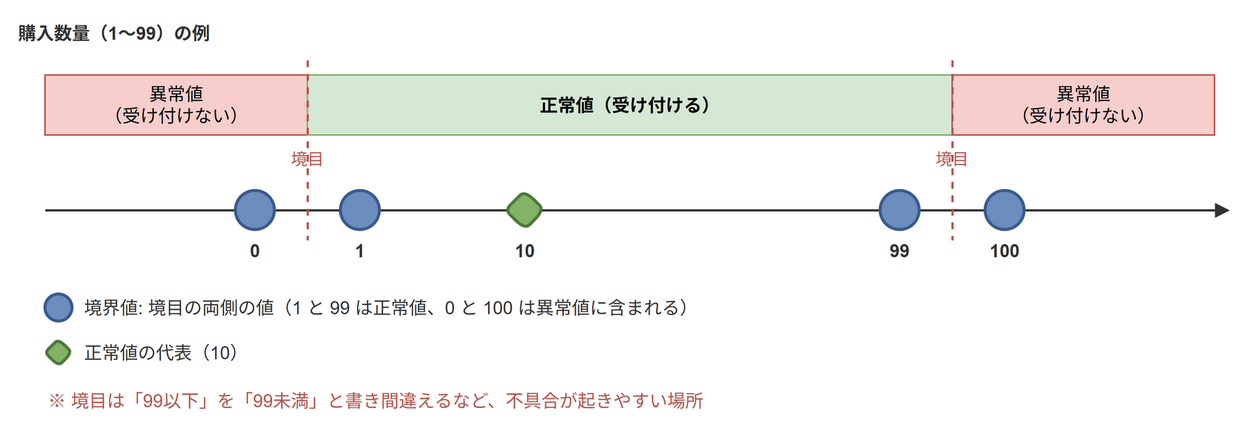
The draw.io diagram images/articles/test-perspectives/quantity-boundary.drawio.png in aew2sbee/zenn, before a commit. Source tidied: cells renumbered, new cells last; positions are measured from the earlier drawing's top-left corner, leaving out a move shared by most shapes.
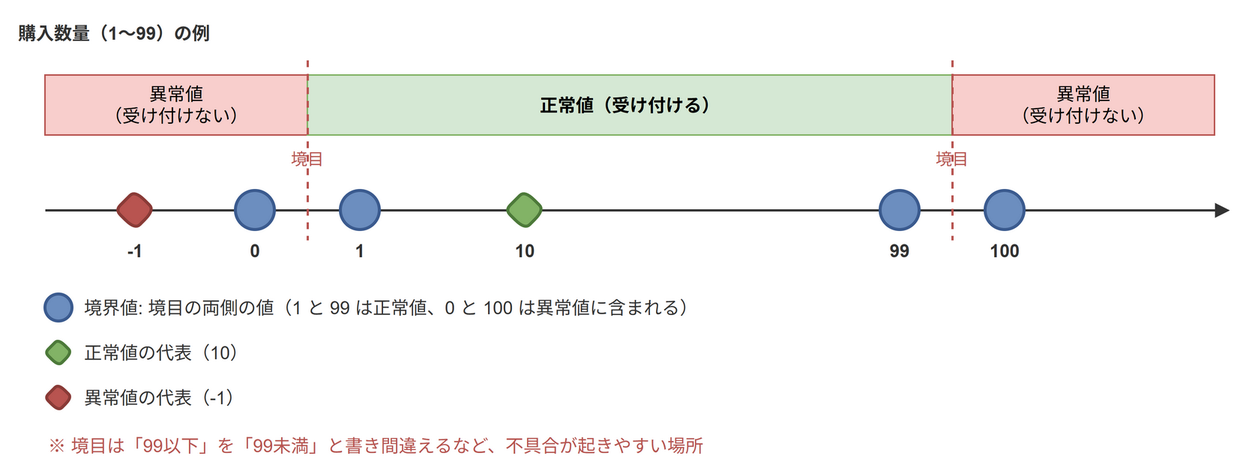
Above is the later version.

Commit message:
docs: テスト観点の記事の図をレビュー指摘に合わせて修正

What changed in the source:
```diff
@@ -68,20 +68,32 @@
     <mxCell id="20" value="10" style="text;html=1;whiteSpace=wrap;align=center;verticalAlign=middle;fontSize=12;fontColor=#333333;fontStyle=1;" parent="1" vertex="1">
       <mxGeometry x="310" y="146" width="60" height="22" as="geometry" />
     </mxCell>
-    <mxCell id="21" style="rounded=1;whiteSpace=wrap;html=1;fontSize=13;fillColor=#6c8ebf;strokeColor=#3b5b8f;ellipse;strokeWidth=2;" parent="1" vertex="1">
-      <mxGeometry x="20" y="186" width="18" height="18" as="geometry" />
+    <mxCell id="21" style="rounded=1;whiteSpace=wrap;html=1;fontSize=13;fillColor=#b85450;strokeColor=#8a3b37;rhombus;strokeWidth=2;" parent="1" vertex="1">
+      <mxGeometry x="67" y="117" width="26" height="26" as="geometry" />
     </mxCell>
-    <mxCell id="22" value="境界値: 境目の両側の値（1 と 99 は正常値、0 と 100 は異常値に含まれる）" style="text;html=1;whiteSpace=wrap;align=left;verticalAlign=middle;fontSize=12;fontColor=#333333;" parent="1" vertex="1">
-      <mxGeometry x="44" y="182" width="760" height="26" as="geometry" />
+    <mxCell id="22" value="-1" style="text;html=1;whiteSpace=wrap;align=center;verticalAlign=middle;fontSize=12;fontColor=#333333;fontStyle=1;" parent="1" vertex="1">
+      <mxGeometry x="50" y="146" width="60" height="22" as="geometry" />
     </mxCell>
-    <mxCell id="23" style="rounded=1;whiteSpace=wrap;html=1;fontSize=13;fillColor=#82b366;strokeColor=#4d7a3a;rhombus;strokeWidth=2;" parent="1" vertex="1">
-      <mxGeometry x="20" y="216" width="18" height="18" as="geometry" />
+    <mxCell id="23" style="rounded=1;whiteSpace=wrap;html=1;fontSize=13;fillColor=#6c8ebf;strokeColor=#3b5b8f;ellipse;strokeWidth=2;" parent="1" vertex="1">
+      <mxGeometry x="20" y="186" width="18" height="18" as="geometry" />
     </mxCell>
-    <mxCell id="24" value="正常値の代表（10）" style="text;html=1;whiteSpace=wrap;align=left;verticalAlign=middle;fontSize=12;fontColor=#333333;" parent="1" vertex="1">
-      <mxGeometry x="44" y="212" width="760" height="26" as="geometry" />
+    <mxCell id="24" value="境界値: 境目の両側の値（1 と 99 は正常値、0 と 100 は異常値に含まれる）" style="text;html=1;whiteSpace=wrap;align=left;verticalAlign=middle;fontSize=12;fontColor=#333333;" parent="1" vertex="1">
+      <mxGeometry x="44" y="182" width="760" height="26" as="geometry" />
     </mxCell>
-    <mxCell id="25" value="&lt;font color=&quot;#b85450&quot;&gt;※ 境目は「99以下」を「99未満」と書き間違えるなど、不具合が起きやすい場所&lt;/font&gt;" style="text;html=1;whiteSpace=wrap;align=left;verticalAlign=middle;fontSize=12;fontColor=#333333;" parent="1" vertex="1">
-      <mxGeometry x="20" y="244" width="780" height="26" as="geometry" />
+    <mxCell id="25" style="rounded=1;whiteSpace=wrap;html=1;fontSize=13;fillColor=#82b366;strokeColor=#4d7a3a;rhombus;strokeWidth=2;" parent="1" vertex="1">
+      <mxGeometry x="20" y="216" width="18" height="18" as="geometry" />
     </mxCell>
+    <mxCell id="26" value="正常値の代表（10）" style="text;html=1;whiteSpace=wrap;align=left;verticalAlign=middle;fontSize=12;fontColor=#333333;" parent="1" vertex="1">
+      <mxGeometry x="44" y="212" width="760" height="26" as="geometry" />
+    </mxCell>
+    <mxCell id="27" style="rounded=1;whiteSpace=wrap;html=1;fontSize=13;fillColor=#b85450;strokeColor=#8a3b37;rhombus;strokeWidth=2;" parent="1" vertex="1">
+      <mxGeometry x="20" y="246" width="18" height="18" as="geometry" />
+    </mxCell>
+    <mxCell id="28" value="異常値の代表（-1）" style="text;html=1;whiteSpace=wrap;align=left;verticalAlign=middle;fontSize=12;fontColor=#333333;" parent="1" vertex="1">
+      <mxGeometry x="44" y="242" width="760" height="26" as="geometry" />
+    </mxCell>
+    <mxCell id="29" value="&lt;font color=&quot;#b85450&quot;&gt;※ 境目は「99以下」を「99未満」と書き間違えるなど、不具合が起きやすい場所&lt;/font&gt;" style="text;html=1;whiteSpace=wrap;align=left;verticalAlign=middle;fontSize=12;fontColor=#333333;" parent="1" vertex="1">
+      <mxGeometry x="20" y="274" width="780" height="26" as="geometry" />
+    </mxCell>
   </root>
 </mxGraphModel>
```
